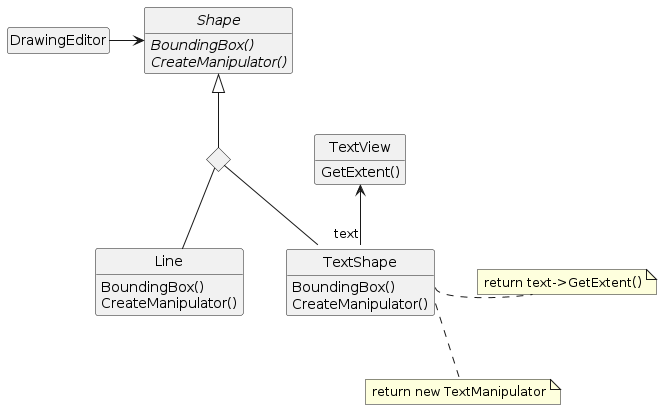
Earlier version of the PlantUML export structpatterns/adapter/images/editor.png (bd878/patterns). Source of this version:
```plantuml
@startuml
hide empty members
skinparam groupInheritance 2
skinparam linetype polyline
skinparam style strictuml

diamond " " as C

class DrawingEditor {
}

abstract class Shape {
  {abstract} BoundingBox()
  {abstract} CreateManipulator()
}

class TextView {
  GetExtent()
}

class TextShape {
  BoundingBox()
  CreateManipulator()
}

class Line {
  BoundingBox()
  CreateManipulator()
}

note as N1
  return text->GetExtent()
end note

note as N2
  return new TextManipulator
end note

TextShape::BoundingBox .r. N1
TextShape::CreateManipulator .r. N2
N1 -[hidden]d- N2

DrawingEditor -r-> Shape
TextShape -u- C
Line -u- C
C -u-|> Shape
TextShape "text" -u-> TextView
Line -[hidden]r- TextShape
@enduml
```
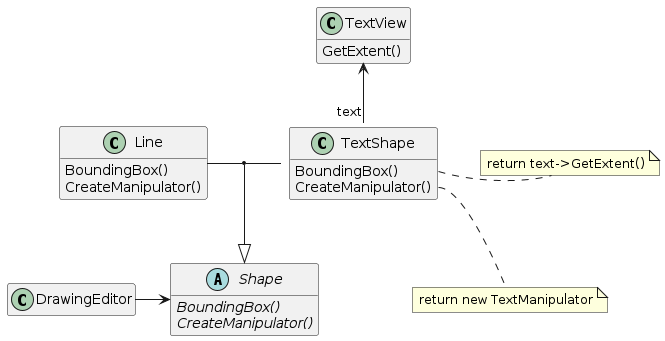
Above is the later version.

Commit message:
extend uml.sh to use import paths; use preprocessor procedure directive for functions; add adapter pattern main schema

Change to the diagram source:
```diff
@@ -1,10 +1,16 @@
 @startuml
 hide empty members
-skinparam groupInheritance 2
-skinparam linetype polyline
-skinparam style strictuml
 
-diamond " " as C
+!procedure $init_class($name)
+  class $name {
+    $addCommonMethod()
+  }
+!endprocedure
+
+!procedure $addCommonMethod()
+  BoundingBox()
+  CreateManipulator()
+!endprocedure
 
 class DrawingEditor {
 }
@@ -18,15 +24,8 @@
   GetExtent()
 }
 
-class TextShape {
-  BoundingBox()
-  CreateManipulator()
-}
-
-class Line {
-  BoundingBox()
-  CreateManipulator()
-}
+$init_class("TextShape")
+$init_class("Line")
 
 note as N1
   return text->GetExtent()
@@ -41,9 +40,7 @@
 N1 -[hidden]d- N2
 
 DrawingEditor -r-> Shape
-TextShape -u- C
-Line -u- C
-C -u-|> Shape
+Line -[hidden]l- TextShape
+(TextShape, Line) -|> Shape
 TextShape "text" -u-> TextView
-Line -[hidden]r- TextShape
 @enduml
```
